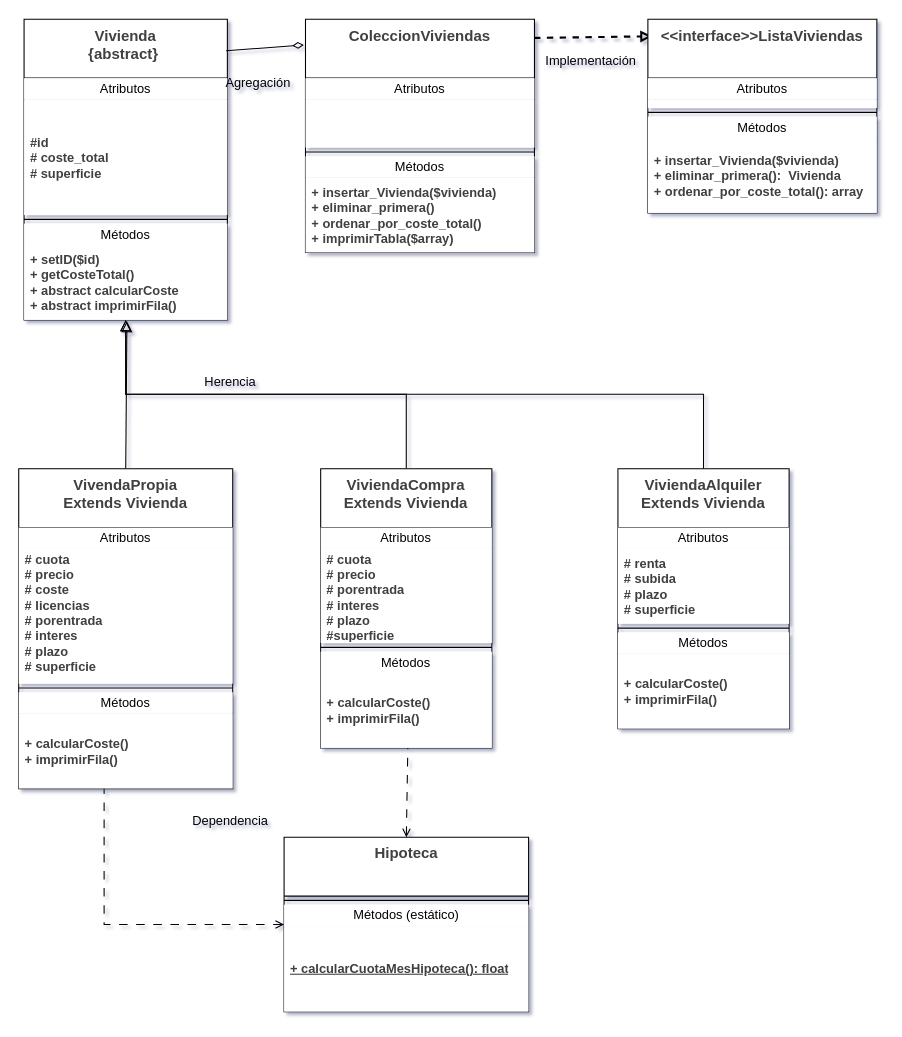
Before: UT3_PHP/Practica/diagrama.drawio in Carra23/php, a draw.io diagram. Source tidied: cells renumbered, new cells numbered last; positions are measured from the earlier drawing's top-left corner, leaving out a move shared by most shapes. Both pictures are drawn from the tidied source at 107%, with x=0, y=0 at pixel (18, 19).
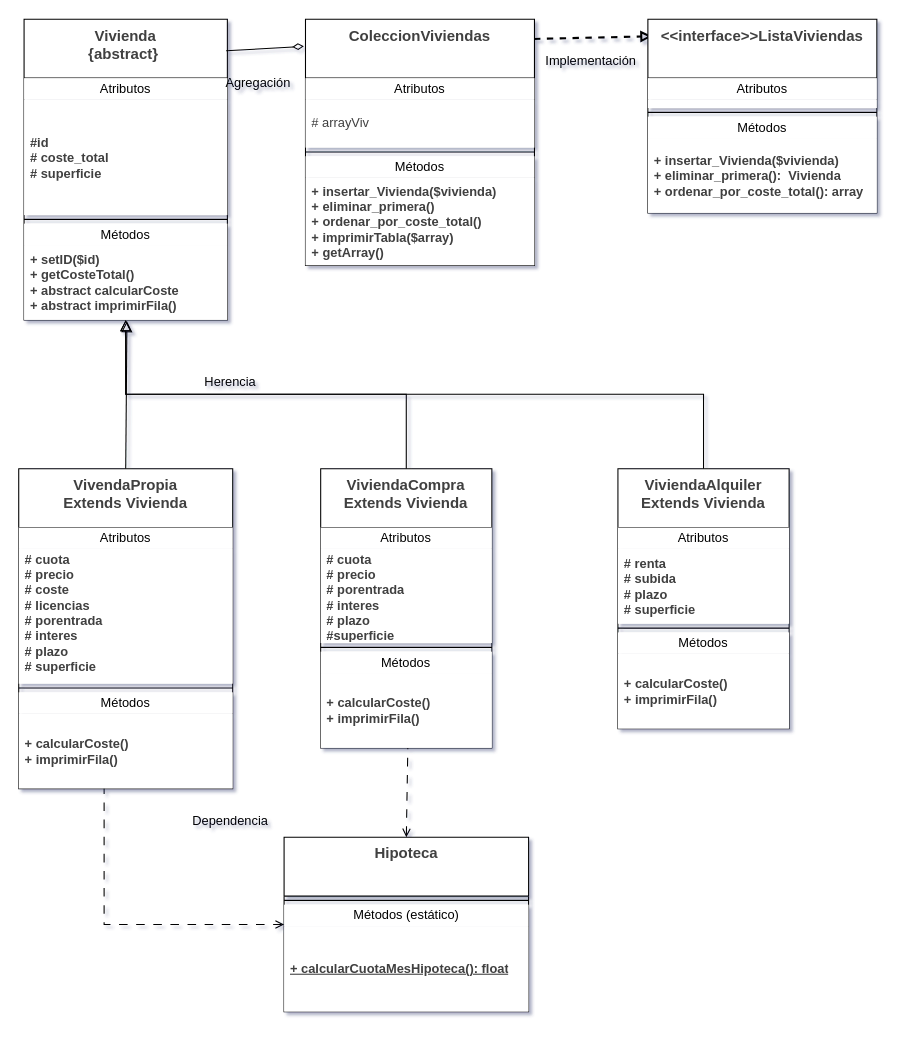
The same page after the edit.

The edit, as a diff of the source:
```diff
@@
     <mxCell id="35" value="&lt;b style=&quot;color: rgb(63, 63, 63); scrollbar-color: rgba(168, 169, 170, 0.52) rgb(18, 19, 20); font-size: 14px;&quot;&gt;ColeccionViviendas&lt;/b&gt;" style="swimlane;fontStyle=0;align=center;verticalAlign=top;horizontal=1;startSize=55;html=1;whiteSpace=wrap;rounded=0;" parent="1" vertex="1">
-      <mxGeometry x="268" y="-0.5" width="214" height="218" as="geometry" />
+      <mxGeometry x="268" y="-0.5" width="214" height="230" as="geometry" />
     </mxCell>
@@
-    <mxCell id="37" value="&lt;div style=&quot;color: rgb(63, 63, 63); scrollbar-color: rgba(168, 169, 170, 0.52) rgb(18, 19, 20); text-align: justify;&quot;&gt;&lt;div style=&quot;color: rgb(63, 63, 63); scrollbar-color: rgba(168, 169, 170, 0.52) rgb(18, 19, 20);&quot;&gt;&lt;div style=&quot;scrollbar-color: rgba(168, 169, 170, 0.52) rgb(18, 19, 20); color: rgb(63, 63, 63);&quot;&gt;&lt;br&gt;&lt;/div&gt;&lt;/div&gt;&lt;/div&gt;" style="text;html=1;strokeColor=none;fillColor=default;align=left;verticalAlign=middle;spacingLeft=4;spacingRight=4;overflow=hidden;whiteSpace=wrap;rounded=0;" parent="35" vertex="1">
+    <mxCell id="37" value="&lt;div style=&quot;color: rgb(63, 63, 63); scrollbar-color: rgba(168, 169, 170, 0.52) rgb(18, 19, 20); text-align: justify;&quot;&gt;&lt;div style=&quot;color: rgb(63, 63, 63); scrollbar-color: rgba(168, 169, 170, 0.52) rgb(18, 19, 20);&quot;&gt;&lt;div style=&quot;scrollbar-color: rgba(168, 169, 170, 0.52) rgb(18, 19, 20); color: rgb(63, 63, 63);&quot;&gt;# arrayViv&lt;/div&gt;&lt;/div&gt;&lt;/div&gt;" style="text;html=1;strokeColor=none;fillColor=default;align=left;verticalAlign=middle;spacingLeft=4;spacingRight=4;overflow=hidden;whiteSpace=wrap;rounded=0;" parent="35" vertex="1">
       <mxGeometry y="75" width="214" height="45" as="geometry" />
     </mxCell>
@@
-    <mxCell id="40" value="&lt;div style=&quot;color: rgb(63, 63, 63); scrollbar-color: rgba(168, 169, 170, 0.52) rgb(18, 19, 20); text-align: justify;&quot;&gt;&lt;div style=&quot;color: rgb(63, 63, 63); scrollbar-color: rgba(168, 169, 170, 0.52) rgb(18, 19, 20);&quot;&gt;&lt;div style=&quot;color: rgb(63, 63, 63); scrollbar-color: rgba(168, 169, 170, 0.52) rgb(18, 19, 20);&quot;&gt;&lt;div style=&quot;scrollbar-color: rgba(168, 169, 170, 0.52) rgb(18, 19, 20); color: rgb(63, 63, 63);&quot;&gt;&lt;div style=&quot;color: rgb(63, 63, 63); scrollbar-color: rgba(168, 169, 170, 0.52) rgb(18, 19, 20);&quot;&gt;&lt;div style=&quot;scrollbar-color: rgba(168, 169, 170, 0.52) rgb(18, 19, 20); color: rgb(63, 63, 63);&quot;&gt;&lt;div style=&quot;scrollbar-color: rgba(168, 169, 170, 0.52) rgb(18, 19, 20); color: rgb(63, 63, 63);&quot;&gt;&lt;b style=&quot;scrollbar-color: rgba(168, 169, 170, 0.52) rgb(18, 19, 20); background-color: transparent; color: rgb(63, 63, 63);&quot;&gt;+ insertar_Vivienda($vivienda)&lt;/b&gt;&lt;/div&gt;&lt;div style=&quot;scrollbar-color: rgba(168, 169, 170, 0.52) rgb(18, 19, 20); color: rgb(63, 63, 63);&quot;&gt;&lt;font style=&quot;color: rgb(63, 63, 63); scrollbar-color: rgba(168, 169, 170, 0.52) rgb(18, 19, 20);&quot;&gt;&lt;b style=&quot;scrollbar-color: rgba(168, 169, 170, 0.52) rgb(18, 19, 20); color: rgb(63, 63, 63);&quot;&gt;+ eliminar_primera()&lt;/b&gt;&lt;/font&gt;&lt;/div&gt;&lt;div style=&quot;scrollbar-color: rgba(168, 169, 170, 0.52) rgb(18, 19, 20); text-align: center; color: rgb(63, 63, 63);&quot;&gt;&lt;div style=&quot;scrollbar-color: rgba(168, 169, 170, 0.52) rgb(18, 19, 20); text-align: justify; color: rgb(63, 63, 63);&quot;&gt;&lt;b style=&quot;scrollbar-color: rgba(168, 169, 170, 0.52) rgb(18, 19, 20); background-color: transparent; color: rgb(63, 63, 63);&quot;&gt;+ ordenar_por_coste_total()&lt;/b&gt;&lt;/div&gt;&lt;div style=&quot;scrollbar-color: rgba(168, 169, 170, 0.52) rgb(18, 19, 20); text-align: justify; color: rgb(63, 63, 63);&quot;&gt;&lt;b style=&quot;scrollbar-color: rgba(168, 169, 170, 0.52) rgb(18, 19, 20); background-color: transparent; color: rgb(63, 63, 63);&quot;&gt;+ imprimirTabla($array)&lt;/b&gt;&lt;/div&gt;&lt;/div&gt;&lt;/div&gt;&lt;/div&gt;&lt;/div&gt;&lt;/div&gt;&lt;/div&gt;&lt;/div&gt;" style="text;html=1;strokeColor=none;fillColor=default;align=left;verticalAlign=middle;spacingLeft=4;spacingRight=4;overflow=hidden;whiteSpace=wrap;rounded=0;" parent="35" vertex="1">
-      <mxGeometry y="148" width="214" height="70" as="geometry" />
+    <mxCell id="40" value="&lt;div style=&quot;color: rgb(63, 63, 63); scrollbar-color: rgba(168, 169, 170, 0.52) rgb(18, 19, 20); text-align: justify;&quot;&gt;&lt;div style=&quot;color: rgb(63, 63, 63); scrollbar-color: rgba(168, 169, 170, 0.52) rgb(18, 19, 20);&quot;&gt;&lt;div style=&quot;color: rgb(63, 63, 63); scrollbar-color: rgba(168, 169, 170, 0.52) rgb(18, 19, 20);&quot;&gt;&lt;div style=&quot;scrollbar-color: rgba(168, 169, 170, 0.52) rgb(18, 19, 20); color: rgb(63, 63, 63);&quot;&gt;&lt;div style=&quot;color: rgb(63, 63, 63); scrollbar-color: rgba(168, 169, 170, 0.52) rgb(18, 19, 20);&quot;&gt;&lt;div style=&quot;scrollbar-color: rgba(168, 169, 170, 0.52) rgb(18, 19, 20); color: rgb(63, 63, 63);&quot;&gt;&lt;div style=&quot;scrollbar-color: rgba(168, 169, 170, 0.52) rgb(18, 19, 20); color: rgb(63, 63, 63);&quot;&gt;&lt;b style=&quot;scrollbar-color: rgba(168, 169, 170, 0.52) rgb(18, 19, 20); background-color: transparent; color: rgb(63, 63, 63);&quot;&gt;+ insertar_Vivienda($vivienda)&lt;/b&gt;&lt;/div&gt;&lt;div style=&quot;scrollbar-color: rgba(168, 169, 170, 0.52) rgb(18, 19, 20); color: rgb(63, 63, 63);&quot;&gt;&lt;font style=&quot;color: rgb(63, 63, 63); scrollbar-color: rgba(168, 169, 170, 0.52) rgb(18, 19, 20);&quot;&gt;&lt;b style=&quot;scrollbar-color: rgba(168, 169, 170, 0.52) rgb(18, 19, 20); color: rgb(63, 63, 63);&quot;&gt;+ eliminar_primera()&lt;/b&gt;&lt;/font&gt;&lt;/div&gt;&lt;div style=&quot;scrollbar-color: rgba(168, 169, 170, 0.52) rgb(18, 19, 20); text-align: center; color: rgb(63, 63, 63);&quot;&gt;&lt;div style=&quot;scrollbar-color: rgba(168, 169, 170, 0.52) rgb(18, 19, 20); text-align: justify; color: rgb(63, 63, 63);&quot;&gt;&lt;b style=&quot;scrollbar-color: rgba(168, 169, 170, 0.52) rgb(18, 19, 20); background-color: transparent; color: rgb(63, 63, 63);&quot;&gt;+ ordenar_por_coste_total()&lt;/b&gt;&lt;/div&gt;&lt;div style=&quot;scrollbar-color: rgba(168, 169, 170, 0.52) rgb(18, 19, 20); text-align: justify; color: rgb(63, 63, 63);&quot;&gt;&lt;b style=&quot;scrollbar-color: rgba(168, 169, 170, 0.52) rgb(18, 19, 20); background-color: transparent; color: rgb(63, 63, 63);&quot;&gt;+ imprimirTabla($array)&lt;/b&gt;&lt;/div&gt;&lt;div style=&quot;scrollbar-color: rgba(168, 169, 170, 0.52) rgb(18, 19, 20); text-align: justify; color: rgb(63, 63, 63);&quot;&gt;&lt;b style=&quot;scrollbar-color: rgba(168, 169, 170, 0.52) rgb(18, 19, 20); background-color: transparent; color: rgb(63, 63, 63);&quot;&gt;+ getArray()&lt;/b&gt;&lt;/div&gt;&lt;/div&gt;&lt;/div&gt;&lt;/div&gt;&lt;/div&gt;&lt;/div&gt;&lt;/div&gt;&lt;/div&gt;" style="text;html=1;strokeColor=none;fillColor=default;align=left;verticalAlign=middle;spacingLeft=4;spacingRight=4;overflow=hidden;whiteSpace=wrap;rounded=0;" parent="35" vertex="1">
+      <mxGeometry y="148" width="214" height="82" as="geometry" />
     </mxCell>
```
